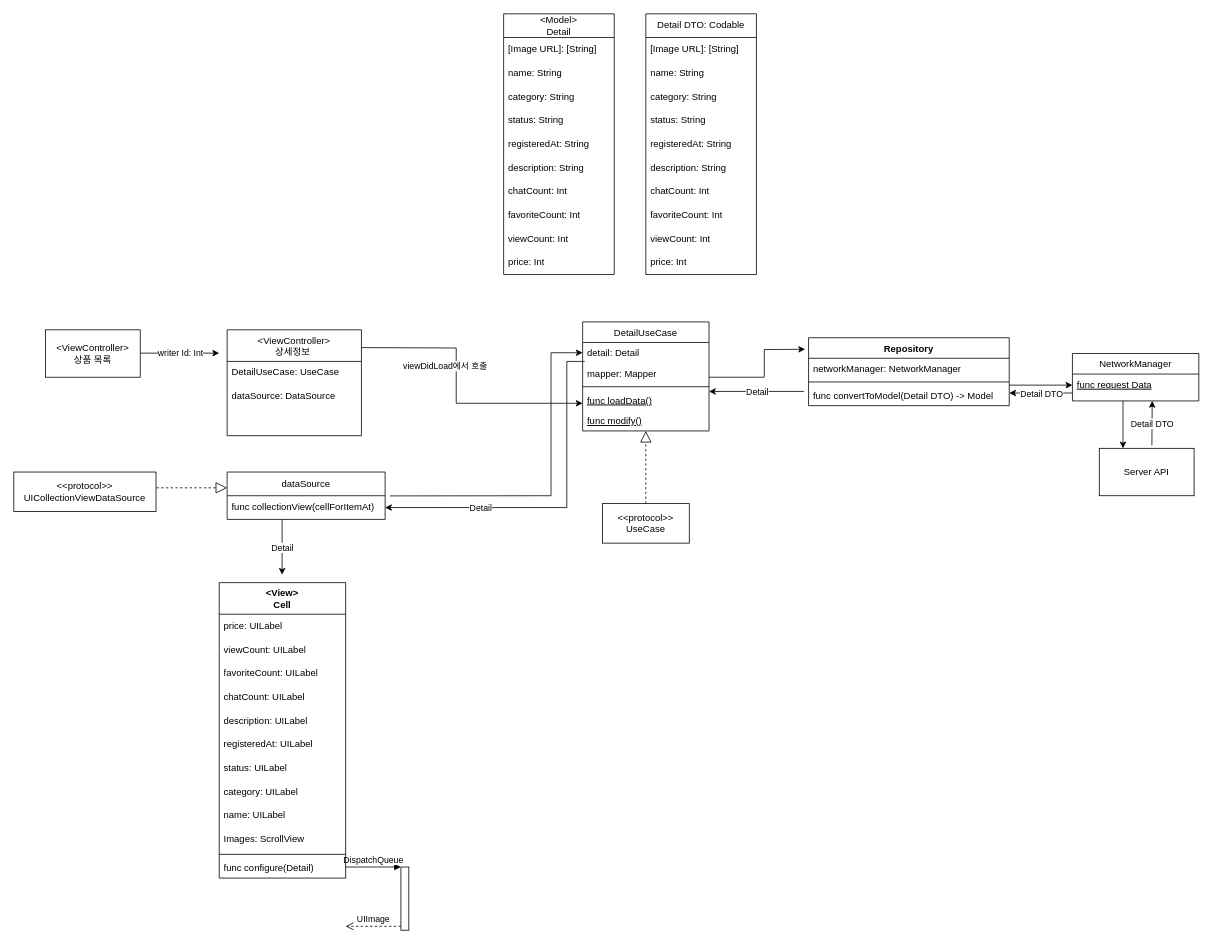
This is 제목 없는 다이어그램.drawio from wood0203/WEB1, a draw.io file, before an edit. Source tidied: cells renumbered, new cells numbered last; positions are measured from the earlier drawing's top-left corner, leaving out a move shared by most shapes. Both pictures are drawn from the tidied source at 79%, with x=0, y=0 at pixel (13, 13).
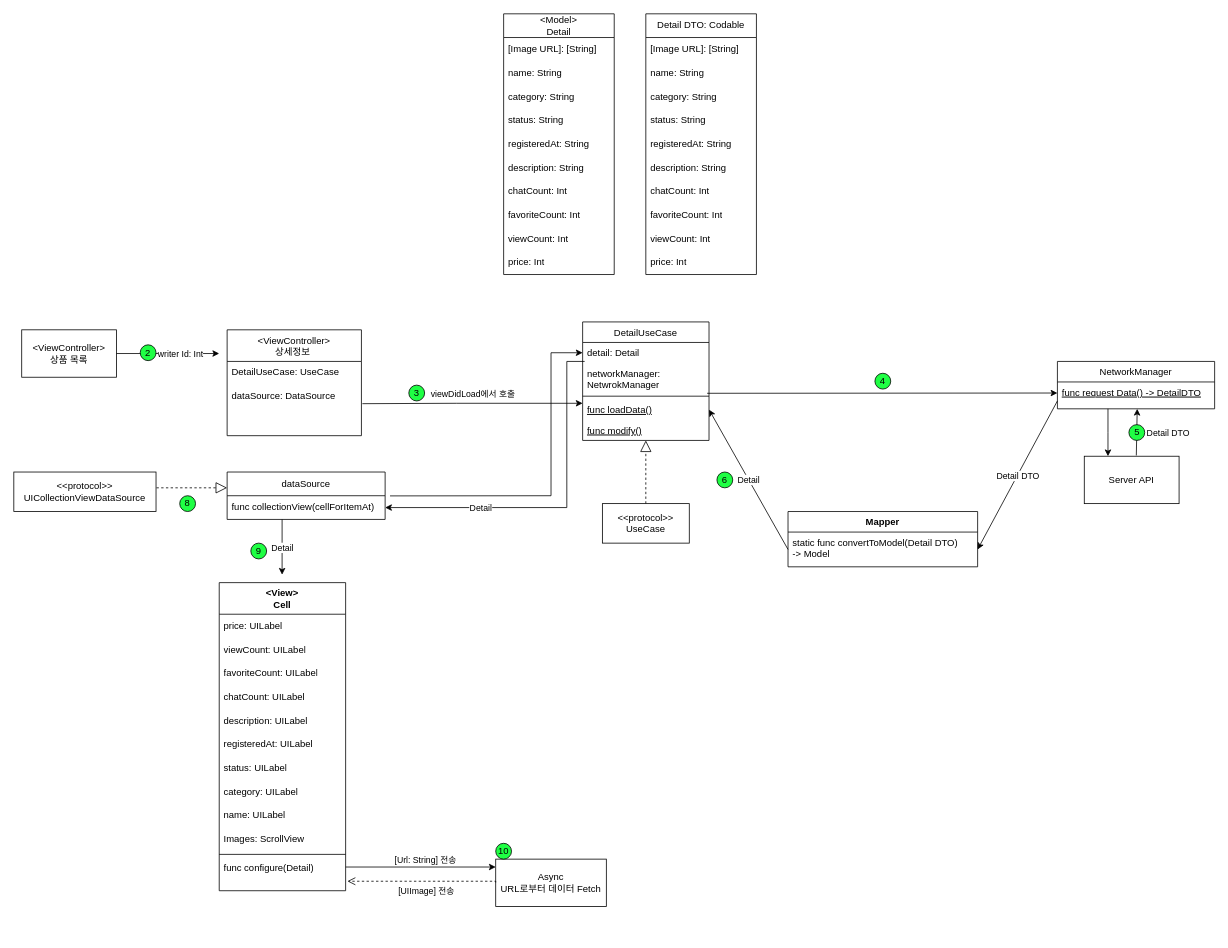
The same page after the edit.

Commit message:
제목 없는 다이어그램.drawio 업데이트

The change refers to these unchanged cells:
```xml
<mxCell id="2" value="&lt;ViewController&gt;&#10;상세정보 " style="swimlane;fontStyle=0;align=center;verticalAlign=top;horizontal=1;startSize=40;rounded=0;shadow=0;strokeWidth=1;" parent="1" vertex="1">
  <mxGeometry x="270" y="400" width="170" height="134" as="geometry" />
</mxCell>
<mxCell id="4" value="dataSource: DataSource" style="text;align=left;verticalAlign=top;spacingLeft=4;spacingRight=4;overflow=hidden;points=[[0,0.5],[1,0.5]];portConstraint=eastwest;" parent="2" vertex="1">
  <mxGeometry y="70" width="170" height="30" as="geometry" />
</mxCell>
<mxCell id="80" value="&amp;lt;&amp;lt;protocol&amp;gt;&amp;gt;&lt;br&gt;UseCase" style="html=1;whiteSpace=wrap;" parent="1" vertex="1">
  <mxGeometry x="745" y="620" width="110" height="50" as="geometry" />
</mxCell>
```

What changed in the source:
```diff
@@
     <mxCell id="5" value="&amp;lt;ViewController&amp;gt;&lt;br&gt;상품 목록" style="rounded=0;whiteSpace=wrap;html=1;" parent="1" vertex="1">
-      <mxGeometry x="40" y="400" width="120" height="60" as="geometry" />
+      <mxGeometry x="10" y="400" width="120" height="60" as="geometry" />
     </mxCell>
-    <mxCell id="6" style="endArrow=classic;html=1;rounded=0;" parent="1" edge="1">
+    <mxCell id="6" style="endArrow=classic;html=1;rounded=0;exitX=1;exitY=0.5;exitDx=0;exitDy=0;" parent="1" edge="1" source="5">
       <mxGeometry relative="1" as="geometry">
-        <mxPoint x="160" y="429.5" as="sourcePoint" />
-        <mxPoint x="260" y="429.5" as="targetPoint" />
+        <mxPoint x="260" y="430" as="targetPoint" />
       </mxGeometry>
     </mxCell>
-    <mxCell id="7" value="writer Id: Int" style="edgeLabel;html=1;align=center;verticalAlign=middle;" parent="6" vertex="1">
-      <mxGeometry relative="1" as="geometry" />
-    </mxCell>
     <mxCell id="8" value="DetailUseCase" style="swimlane;fontStyle=0;align=center;verticalAlign=top;horizontal=1;startSize=26;rounded=0;shadow=0;strokeWidth=1;" parent="1" vertex="1">
-      <mxGeometry x="720" y="390" width="160" height="138" as="geometry" />
+      <mxGeometry x="720" y="390" width="160" height="150" as="geometry" />
     </mxCell>
@@
-    <mxCell id="10" value="mapper: Mapper" style="text;strokeColor=none;fillColor=none;align=left;verticalAlign=top;spacingLeft=4;spacingRight=4;overflow=hidden;points=[[0,0.5],[1,0.5]];portConstraint=eastwest;whiteSpace=wrap;html=1;" parent="8" vertex="1">
-      <mxGeometry y="52" width="160" height="26" as="geometry" />
+    <mxCell id="10" value="networkManager: NetwrokManager" style="text;strokeColor=none;fillColor=none;align=left;verticalAlign=top;spacingLeft=4;spacingRight=4;overflow=hidden;points=[[0,0.5],[1,0.5]];portConstraint=eastwest;whiteSpace=wrap;html=1;" parent="8" vertex="1">
+      <mxGeometry y="52" width="160" height="38" as="geometry" />
     </mxCell>
     <mxCell id="11" style="line;html=1;strokeWidth=1;align=left;verticalAlign=middle;spacingTop=-1;spacingLeft=3;spacingRight=3;labelPosition=right;" parent="8" vertex="1">
-      <mxGeometry y="78" width="160" height="8" as="geometry" />
+      <mxGeometry y="90" width="160" height="8" as="geometry" />
     </mxCell>
     <mxCell id="12" value="func loadData()" style="text;align=left;verticalAlign=top;spacingLeft=4;spacingRight=4;overflow=hidden;points=[[0,0.5],[1,0.5]];portConstraint=eastwest;fontStyle=4;" parent="8" vertex="1">
-      <mxGeometry y="86" width="160" height="26" as="geometry" />
+      <mxGeometry y="98" width="160" height="26" as="geometry" />
     </mxCell>
     <mxCell id="13" value="func modify()" style="text;align=left;verticalAlign=top;spacingLeft=4;spacingRight=4;overflow=hidden;fontStyle=4;" parent="8" vertex="1">
-      <mxGeometry y="112" width="160" height="26" as="geometry" />
+      <mxGeometry y="124" width="160" height="26" as="geometry" />
     </mxCell>
     <mxCell id="14" style="endArrow=block;dashed=1;endFill=0;endSize=12;html=1;rounded=0;exitX=0.5;exitY=0;exitDx=0;exitDy=0;" parent="8" edge="1" source="80">
       <mxGeometry relative="1" as="geometry">
-        <mxPoint x="80" y="138" as="targetPoint" />
+        <mxPoint x="80" y="150" as="targetPoint" />
       </mxGeometry>
     </mxCell>
     <mxCell id="15" value="NetworkManager" style="swimlane;fontStyle=0;align=center;verticalAlign=top;horizontal=1;startSize=26;rounded=0;shadow=0;strokeWidth=1;" parent="1" vertex="1">
-      <mxGeometry x="1340" y="430" width="160" height="60" as="geometry" />
+      <mxGeometry x="1321" y="440" width="199" height="60" as="geometry" />
     </mxCell>
-    <mxCell id="16" value="func request Data" style="text;align=left;verticalAlign=top;spacingLeft=4;spacingRight=4;overflow=hidden;fontStyle=4;" parent="15" vertex="1">
-      <mxGeometry y="26" width="160" height="26" as="geometry" />
+    <mxCell id="16" value="func request Data() -&gt; DetailDTO" style="text;align=left;verticalAlign=top;spacingLeft=4;spacingRight=4;overflow=hidden;fontStyle=4;" parent="15" vertex="1">
+      <mxGeometry y="26" width="199" height="26" as="geometry" />
     </mxCell>
-    <mxCell id="17" style="endArrow=classic;html=1;rounded=0;" parent="1" edge="1">
+    <mxCell id="17" style="endArrow=classic;html=1;rounded=0;exitX=0.985;exitY=1.009;exitDx=0;exitDy=0;exitPerimeter=0;" parent="1" edge="1" source="10">
       <mxGeometry relative="1" as="geometry">
-        <mxPoint x="1260" y="470" as="sourcePoint" />
-        <mxPoint x="1340" y="470" as="targetPoint" />
+        <mxPoint x="1321" y="480" as="targetPoint" />
       </mxGeometry>
     </mxCell>
     <mxCell id="18" value="Server API" style="rounded=0;whiteSpace=wrap;html=1;" parent="1" vertex="1">
-      <mxGeometry x="1374" y="550" width="120" height="60" as="geometry" />
+      <mxGeometry x="1355" y="560" width="120" height="60" as="geometry" />
     </mxCell>
     <mxCell id="19" style="endArrow=classic;html=1;rounded=0;entryX=0.25;entryY=0;entryDx=0;entryDy=0;" parent="1" edge="1" target="18">
       <mxGeometry relative="1" as="geometry">
-        <mxPoint x="1404" y="490" as="sourcePoint" />
+        <mxPoint x="1385" y="500" as="sourcePoint" />
         <Array as="points">
-          <mxPoint x="1404" y="520" />
+          <mxPoint x="1385" y="530" />
         </Array>
       </mxGeometry>
     </mxCell>
@@
-    <mxCell id="31" style="endArrow=classic;html=1;rounded=0;" parent="1" edge="1">
+    <mxCell id="31" style="endArrow=classic;html=1;rounded=0;entryX=1;entryY=0.5;entryDx=0;entryDy=0;" parent="1" edge="1" target="59">
       <mxGeometry relative="1" as="geometry">
-        <mxPoint x="1340" y="480" as="sourcePoint" />
-        <mxPoint x="1260" y="480" as="targetPoint" />
+        <mxPoint x="1321" y="490" as="sourcePoint" />
       </mxGeometry>
     </mxCell>
@@
-    <mxCell id="33" style="endArrow=classic;html=1;rounded=0;exitX=0.555;exitY=-0.066;exitDx=0;exitDy=0;exitPerimeter=0;" parent="1" edge="1" source="18">
+    <mxCell id="33" style="endArrow=classic;html=1;rounded=0;exitX=0.549;exitY=-0.016;exitDx=0;exitDy=0;exitPerimeter=0;" parent="1" edge="1" source="18">
       <mxGeometry relative="1" as="geometry">
-        <mxPoint x="1441" y="490" as="targetPoint" />
+        <mxPoint x="1422" y="500" as="targetPoint" />
       </mxGeometry>
     </mxCell>
-    <mxCell id="34" value="Detail DTO" style="edgeLabel;html=1;align=center;verticalAlign=middle;" parent="33" vertex="1">
-      <mxGeometry relative="1" as="geometry" />
-    </mxCell>
-    <mxCell id="35" style="endArrow=classic;html=1;rounded=0;exitX=1.002;exitY=0.168;exitDx=0;exitDy=0;exitPerimeter=0;" parent="1" edge="1" source="2">
+    <mxCell id="35" style="endArrow=classic;html=1;rounded=0;exitX=1.007;exitY=0.783;exitDx=0;exitDy=0;exitPerimeter=0;" parent="1" edge="1" source="4">
       <mxGeometry relative="1" as="geometry">
         <mxPoint x="720" y="493" as="targetPoint" />
         <Array as="points">
-          <mxPoint x="560" y="423" />
           <mxPoint x="560" y="493" />
         </Array>
       </mxGeometry>
     </mxCell>
     <mxCell id="36" value="viewDidLoad에서 호출" style="edgeLabel;html=1;align=center;verticalAlign=middle;" parent="35" vertex="1">
       <mxGeometry relative="1" as="geometry">
-        <mxPoint x="-15" y="-33" as="offset" />
+        <mxPoint y="-13" as="offset" />
       </mxGeometry>
     </mxCell>
@@
-    <mxCell id="56" value="Repository" style="swimlane;fontStyle=1;align=center;verticalAlign=top;horizontal=1;startSize=26;whiteSpace=wrap;html=1;" parent="1" vertex="1">
-      <mxGeometry x="1006" y="410" width="254" height="86" as="geometry" />
+    <mxCell id="56" value="Mapper" style="swimlane;fontStyle=1;align=center;verticalAlign=top;horizontal=1;startSize=26;whiteSpace=wrap;html=1;" parent="1" vertex="1">
+      <mxGeometry x="980" y="630" width="240" height="70" as="geometry" />
     </mxCell>
-    <mxCell id="57" value="networkManager: NetworkManager" style="text;strokeColor=none;fillColor=none;align=left;verticalAlign=top;spacingLeft=4;spacingRight=4;overflow=hidden;whiteSpace=wrap;html=1;" parent="56" vertex="1">
-      <mxGeometry y="26" width="254" height="26" as="geometry" />
-    </mxCell>
-    <mxCell id="58" style="line;strokeWidth=1;fillColor=none;align=left;verticalAlign=middle;spacingTop=-1;spacingLeft=3;spacingRight=3;labelPosition=right;strokeColor=inherit;" parent="56" vertex="1">
-      <mxGeometry y="52" width="254" height="8" as="geometry" />
-    </mxCell>
-    <mxCell id="59" value="func convertToModel(Detail DTO) -&amp;gt; Model" style="text;strokeColor=none;fillColor=none;align=left;verticalAlign=top;spacingLeft=4;spacingRight=4;overflow=hidden;points=[[0,0.5],[1,0.5]];portConstraint=eastwest;whiteSpace=wrap;html=1;" parent="56" vertex="1">
-      <mxGeometry y="60" width="254" height="26" as="geometry" />
+    <mxCell id="59" value="static func convertToModel(Detail DTO) &lt;br&gt;-&amp;gt; Model" style="text;strokeColor=none;fillColor=none;align=left;verticalAlign=top;spacingLeft=4;spacingRight=4;overflow=hidden;points=[[0,0.5],[1,0.5]];portConstraint=eastwest;whiteSpace=wrap;html=1;" parent="56" vertex="1">
+      <mxGeometry y="26" width="240" height="44" as="geometry" />
     </mxCell>
-    <mxCell id="60" style="endArrow=classic;html=1;rounded=0;entryX=-0.017;entryY=0.17;entryDx=0;entryDy=0;entryPerimeter=0;" parent="1" edge="1" target="56">
-      <mxGeometry relative="1" as="geometry">
-        <mxPoint x="880" y="460" as="sourcePoint" />
-        <Array as="points">
-          <mxPoint x="950" y="460" />
-          <mxPoint x="950" y="425" />
-        </Array>
-      </mxGeometry>
-    </mxCell>
-    <mxCell id="61" style="endArrow=classic;html=1;rounded=0;" parent="1" edge="1">
-      <mxGeometry relative="1" as="geometry">
-        <mxPoint x="1000" y="478" as="sourcePoint" />
-        <mxPoint x="880" y="478" as="targetPoint" />
-      </mxGeometry>
-    </mxCell>
-    <mxCell id="62" value="Detail" style="edgeLabel;html=1;align=center;verticalAlign=middle;" parent="61" vertex="1">
-      <mxGeometry relative="1" as="geometry" />
-    </mxCell>
-    <mxCell id="63" style="html=1;points=[];perimeter=orthogonalPerimeter;outlineConnect=0;targetShapes=umlLifeline;portConstraint=eastwest;newEdgeStyle={&quot;edgeStyle&quot;:&quot;elbowEdgeStyle&quot;,&quot;elbow&quot;:&quot;vertical&quot;,&quot;curved&quot;:0,&quot;rounded&quot;:0};" parent="1" vertex="1">
-      <mxGeometry x="490" y="1080" width="10" height="80" as="geometry" />
-    </mxCell>
-    <mxCell id="64" value="DispatchQueue" style="html=1;verticalAlign=bottom;endArrow=block;edgeStyle=elbowEdgeStyle;elbow=vertical;curved=0;rounded=0;" parent="1" edge="1" target="63">
-      <mxGeometry relative="1" as="geometry">
-        <mxPoint x="420" y="1080" as="sourcePoint" />
-      </mxGeometry>
-    </mxCell>
-    <mxCell id="65" value="UIImage" style="html=1;verticalAlign=bottom;endArrow=open;dashed=1;endSize=8;edgeStyle=elbowEdgeStyle;elbow=vertical;curved=0;rounded=0;" parent="1" edge="1" source="63">
-      <mxGeometry relative="1" as="geometry">
-        <mxPoint x="420" y="1155" as="targetPoint" />
-      </mxGeometry>
-    </mxCell>
@@
     <mxCell id="67" value="&amp;lt;View&amp;gt;&lt;br&gt;Cell" style="swimlane;fontStyle=1;align=center;verticalAlign=top;horizontal=1;startSize=40;whiteSpace=wrap;html=1;" parent="1" vertex="1">
-      <mxGeometry x="260" y="720" width="160" height="374" as="geometry" />
+      <mxGeometry x="260" y="720" width="160" height="390" as="geometry" />
     </mxCell>
@@
     <mxCell id="79" value="func configure(Detail)" style="text;strokeColor=none;fillColor=none;align=left;verticalAlign=top;spacingLeft=4;spacingRight=4;overflow=hidden;points=[[0,0.5],[1,0.5]];portConstraint=eastwest;whiteSpace=wrap;html=1;" parent="67" vertex="1">
-      <mxGeometry y="348" width="160" height="26" as="geometry" />
+      <mxGeometry y="348" width="160" height="42" as="geometry" />
     </mxCell>
@@
+    <mxCell id="81" style="endArrow=classic;html=1;rounded=0;entryX=1;entryY=0.5;entryDx=0;entryDy=0;exitX=0;exitY=0.5;exitDx=0;exitDy=0;" parent="1" edge="1" source="59" target="12">
+      <mxGeometry relative="1" as="geometry" />
+    </mxCell>
+    <mxCell id="62" value="Detail" style="edgeLabel;html=1;align=center;verticalAlign=middle;" parent="81" vertex="1">
+      <mxGeometry relative="1" as="geometry" />
+    </mxCell>
+    <mxCell id="82" style="endArrow=classic;html=1;rounded=0;" parent="1" edge="1">
+      <mxGeometry relative="1" as="geometry">
+        <mxPoint x="420" y="1080" as="sourcePoint" />
+        <mxPoint x="610" y="1080" as="targetPoint" />
+      </mxGeometry>
+    </mxCell>
+    <mxCell id="83" value="Async&lt;br&gt;URL로부터 데이터 Fetch" style="rounded=0;whiteSpace=wrap;html=1;" parent="1" vertex="1">
+      <mxGeometry x="610" y="1070" width="140" height="60" as="geometry" />
+    </mxCell>
+    <mxCell id="84" value="[Url: String] 전송" style="edgeLabel;html=1;align=center;verticalAlign=middle;" parent="1" vertex="1">
+      <mxGeometry x="520" y="1070" as="geometry" />
+    </mxCell>
+    <mxCell id="85" value="[UIImage] 전송" style="html=1;verticalAlign=bottom;endArrow=open;dashed=1;endSize=8;edgeStyle=elbowEdgeStyle;elbow=vertical;curved=0;rounded=0;entryX=1.014;entryY=0.691;entryDx=0;entryDy=0;entryPerimeter=0;" parent="1" edge="1" target="79">
+      <mxGeometry x="-0.05" y="22" relative="1" as="geometry">
+        <mxPoint x="610" y="1099.5" as="sourcePoint" />
+      </mxGeometry>
+    </mxCell>
+    <mxCell id="86" value="3" style="ellipse;whiteSpace=wrap;html=1;fillColor=#1FFF44;" parent="1" vertex="1">
+      <mxGeometry x="500" y="470" width="20" height="20" as="geometry" />
+    </mxCell>
+    <mxCell id="87" style="endArrow=classic;html=1;rounded=0;" parent="1" edge="1" target="88">
+      <mxGeometry relative="1" as="geometry">
+        <mxPoint x="160" y="429.5" as="sourcePoint" />
+      </mxGeometry>
+    </mxCell>
+    <mxCell id="7" value="writer Id: Int" style="edgeLabel;html=1;align=center;verticalAlign=middle;" parent="87" vertex="1">
+      <mxGeometry relative="1" as="geometry">
+        <mxPoint x="50" y="1" as="offset" />
+      </mxGeometry>
+    </mxCell>
+    <mxCell id="88" value="2" style="ellipse;whiteSpace=wrap;html=1;fillColor=#1FFF44;" parent="1" vertex="1">
+      <mxGeometry x="160" y="419" width="20" height="20" as="geometry" />
+    </mxCell>
+    <mxCell id="89" value="4" style="ellipse;whiteSpace=wrap;html=1;fillColor=#1FFF44;" parent="1" vertex="1">
+      <mxGeometry x="1090" y="455" width="20" height="20" as="geometry" />
+    </mxCell>
+    <mxCell id="90" value="6" style="ellipse;whiteSpace=wrap;html=1;fillColor=#1FFF44;" parent="1" vertex="1">
+      <mxGeometry x="890" y="580" width="20" height="20" as="geometry" />
+    </mxCell>
+    <mxCell id="91" value="8" style="ellipse;whiteSpace=wrap;html=1;fillColor=#1FFF44;" parent="1" vertex="1">
+      <mxGeometry x="210" y="610" width="20" height="20" as="geometry" />
+    </mxCell>
+    <mxCell id="92" value="9" style="ellipse;whiteSpace=wrap;html=1;fillColor=#1FFF44;" parent="1" vertex="1">
+      <mxGeometry x="300" y="670" width="20" height="20" as="geometry" />
+    </mxCell>
+    <mxCell id="93" value="10" style="ellipse;whiteSpace=wrap;html=1;fillColor=#1FFF44;" parent="1" vertex="1">
+      <mxGeometry x="610" y="1050" width="20" height="20" as="geometry" />
+    </mxCell>
+    <mxCell id="94" value="5" style="ellipse;whiteSpace=wrap;html=1;fillColor=#1FFF44;" parent="1" vertex="1">
+      <mxGeometry x="1411.5" y="520" width="20" height="20" as="geometry" />
+    </mxCell>
+    <mxCell id="34" value="Detail DTO" style="edgeLabel;html=1;align=center;verticalAlign=middle;" parent="1" vertex="1">
+      <mxGeometry x="1460" y="530" as="geometry" />
+    </mxCell>
```
